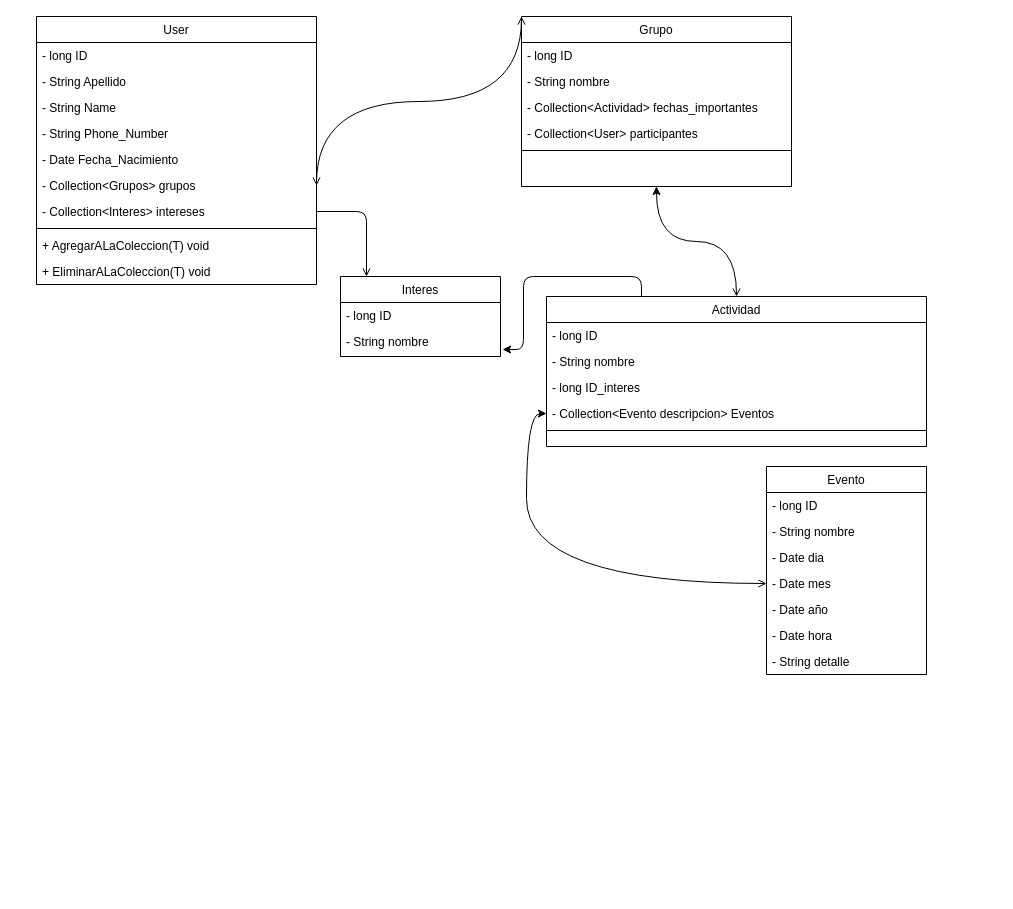
montvlein/BringNodiBackToLife keeps this draw.io diagram as src/main/resources/static/docs/nodi_class.drawio. Above is the earlier version. Source tidied: cells renumbered, new cells numbered last; positions are measured from the earlier drawing's top-left corner, leaving out a move shared by most shapes. Both pictures are drawn from the tidied source at 100%, with x=0, y=0 at pixel (36, 16).
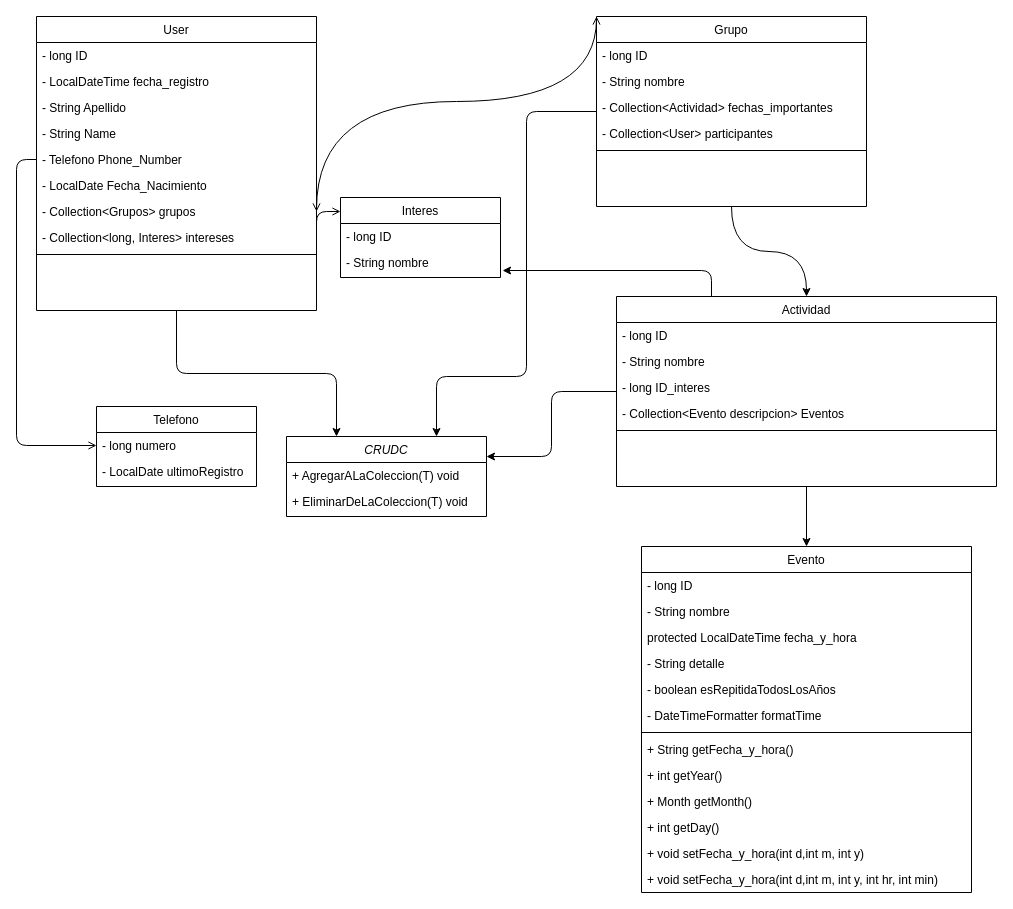
The same page after the edit.

Commit message (it also covers changes not shown here):
update class draw

Unchanged cells that the change refers to:
```xml
<mxCell id="18" value="- Collection&lt;Evento descripcion&gt; Eventos" style="text;align=left;verticalAlign=top;spacingLeft=4;spacingRight=4;overflow=hidden;points=[[0,0.5],[1,0.5]];portConstraint=eastwest;" parent="14" vertex="1">
  <mxGeometry y="104" width="380" height="26" as="geometry" />
</mxCell>
```

Change to the diagram source:
```diff
@@
+    <mxCell id="41" style="edgeStyle=orthogonalEdgeStyle;rounded=1;jettySize=auto;html=1;entryX=0.25;entryY=0;entryDx=0;entryDy=0;startArrow=none;startFill=0;" parent="1" edge="1" source="2" target="56">
+      <mxGeometry relative="1" as="geometry" />
+    </mxCell>
     <mxCell id="2" value="User" style="swimlane;fontStyle=0;align=center;verticalAlign=top;horizontal=1;startSize=26;rounded=0;shadow=0;strokeWidth=1;" parent="1" vertex="1">
-      <mxGeometry width="280" height="268" as="geometry" />
+      <mxGeometry width="280" height="294" as="geometry" />
     </mxCell>
@@
+    <mxCell id="42" value="- LocalDateTime fecha_registro" style="text;align=left;verticalAlign=top;spacingLeft=4;spacingRight=4;overflow=hidden;" parent="2" vertex="1">
+      <mxGeometry y="52" width="280" height="26" as="geometry" />
+    </mxCell>
     <mxCell id="4" value="- String Apellido" style="text;align=left;verticalAlign=top;spacingLeft=4;spacingRight=4;overflow=hidden;" parent="2" vertex="1">
-      <mxGeometry y="52" width="280" height="26" as="geometry" />
+      <mxGeometry y="78" width="280" height="26" as="geometry" />
     </mxCell>
     <mxCell id="5" value="- String Name" style="text;align=left;verticalAlign=top;spacingLeft=4;spacingRight=4;overflow=hidden;" parent="2" vertex="1">
-      <mxGeometry y="78" width="280" height="26" as="geometry" />
+      <mxGeometry y="104" width="280" height="26" as="geometry" />
     </mxCell>
-    <mxCell id="6" value="- String Phone_Number" style="text;align=left;verticalAlign=top;spacingLeft=4;spacingRight=4;overflow=hidden;points=[[0,0.5],[1,0.5]];portConstraint=eastwest;rounded=0;shadow=0;html=0;" parent="2" vertex="1">
-      <mxGeometry y="104" width="280" height="26" as="geometry" />
+    <mxCell id="6" value="- Telefono Phone_Number" style="text;align=left;verticalAlign=top;spacingLeft=4;spacingRight=4;overflow=hidden;points=[[0,0.5],[1,0.5]];portConstraint=eastwest;rounded=0;shadow=0;html=0;" parent="2" vertex="1">
+      <mxGeometry y="130" width="280" height="26" as="geometry" />
     </mxCell>
-    <mxCell id="7" value="- Date Fecha_Nacimiento" style="text;align=left;verticalAlign=top;spacingLeft=4;spacingRight=4;overflow=hidden;rounded=0;shadow=0;html=0;" parent="2" vertex="1">
-      <mxGeometry y="130" width="280" height="26" as="geometry" />
+    <mxCell id="7" value="- LocalDate Fecha_Nacimiento" style="text;align=left;verticalAlign=top;spacingLeft=4;spacingRight=4;overflow=hidden;rounded=0;shadow=0;html=0;" parent="2" vertex="1">
+      <mxGeometry y="156" width="280" height="26" as="geometry" />
     </mxCell>
     <mxCell id="8" value="- Collection&lt;Grupos&gt; grupos" style="text;align=left;verticalAlign=top;spacingLeft=4;spacingRight=4;overflow=hidden;points=[[0,0.5],[1,0.5]];portConstraint=eastwest;rounded=0;shadow=0;html=0;" parent="2" vertex="1">
-      <mxGeometry y="156" width="280" height="26" as="geometry" />
+      <mxGeometry y="182" width="280" height="26" as="geometry" />
     </mxCell>
-    <mxCell id="9" value="- Collection&lt;Interes&gt; intereses" style="text;align=left;verticalAlign=top;spacingLeft=4;spacingRight=4;overflow=hidden;points=[[0,0.5],[1,0.5]];portConstraint=eastwest;rounded=0;shadow=0;html=0;" parent="2" vertex="1">
-      <mxGeometry y="182" width="280" height="26" as="geometry" />
+    <mxCell id="9" value="- Collection&lt;long, Interes&gt; intereses" style="text;align=left;verticalAlign=top;spacingLeft=4;spacingRight=4;overflow=hidden;points=[[0,0.5],[1,0.5]];portConstraint=eastwest;rounded=0;shadow=0;html=0;" parent="2" vertex="1">
+      <mxGeometry y="208" width="280" height="26" as="geometry" />
     </mxCell>
     <mxCell id="10" style="line;html=1;strokeWidth=1;align=left;verticalAlign=middle;spacingTop=-1;spacingLeft=3;spacingRight=3;labelPosition=right;" parent="2" vertex="1">
-      <mxGeometry y="208" width="280" height="8" as="geometry" />
+      <mxGeometry y="234" width="280" height="8" as="geometry" />
     </mxCell>
-    <mxCell id="11" value="+ AgregarALaColeccion(T) void" style="text;align=left;verticalAlign=top;spacingLeft=4;spacingRight=4;overflow=hidden;" parent="2" vertex="1">
-      <mxGeometry y="216" width="280" height="26" as="geometry" />
-    </mxCell>
-    <mxCell id="12" value="+ EliminarALaColeccion(T) void" style="text;align=left;verticalAlign=top;spacingLeft=4;spacingRight=4;overflow=hidden;" parent="2" vertex="1">
-      <mxGeometry y="242" width="280" height="26" as="geometry" />
-    </mxCell>
-    <mxCell id="13" style="edgeStyle=orthogonalEdgeStyle;curved=1;jettySize=auto;html=1;startArrow=open;startFill=0;entryX=0.5;entryY=1;entryDx=0;entryDy=0;" parent="1" edge="1" source="14" target="24">
+    <mxCell id="13" style="edgeStyle=orthogonalEdgeStyle;curved=1;jettySize=auto;html=1;startArrow=classic;startFill=1;entryX=0.5;entryY=1;entryDx=0;entryDy=0;endArrow=none;endFill=0;" parent="1" edge="1" source="14" target="24">
       <mxGeometry relative="1" as="geometry" />
     </mxCell>
+    <mxCell id="43" style="edgeStyle=orthogonalEdgeStyle;rounded=1;jettySize=auto;html=1;startArrow=none;startFill=0;entryX=1;entryY=0.25;entryDx=0;entryDy=0;" parent="1" edge="1" source="14" target="56">
+      <mxGeometry relative="1" as="geometry" />
+    </mxCell>
     <mxCell id="14" value="Actividad" style="swimlane;fontStyle=0;align=center;verticalAlign=top;horizontal=1;startSize=26;rounded=0;shadow=0;strokeWidth=1;" parent="1" vertex="1">
-      <mxGeometry x="510" y="280" width="380" height="150" as="geometry" />
+      <mxGeometry x="580" y="280" width="380" height="190" as="geometry" />
     </mxCell>
@@
     <mxCell id="20" value="Interes" style="swimlane;fontStyle=0;align=center;verticalAlign=top;horizontal=1;startSize=26;rounded=0;shadow=0;strokeWidth=1;" parent="1" vertex="1">
-      <mxGeometry x="304" y="260" width="160" height="80" as="geometry" />
+      <mxGeometry x="304" y="181" width="160" height="80" as="geometry" />
     </mxCell>
@@
+    <mxCell id="44" style="edgeStyle=orthogonalEdgeStyle;rounded=1;jettySize=auto;html=1;entryX=0.75;entryY=0;entryDx=0;entryDy=0;startArrow=none;startFill=0;" parent="1" edge="1" source="24" target="56">
+      <mxGeometry relative="1" as="geometry">
+        <Array as="points">
+          <mxPoint x="490" y="95" />
+          <mxPoint x="490" y="360" />
+          <mxPoint x="400" y="360" />
+        </Array>
+      </mxGeometry>
+    </mxCell>
     <mxCell id="24" value="Grupo" style="swimlane;fontStyle=0;align=center;verticalAlign=top;horizontal=1;startSize=26;rounded=0;shadow=0;strokeWidth=1;" parent="1" vertex="1">
-      <mxGeometry x="485" width="270" height="170" as="geometry" />
+      <mxGeometry x="560" width="270" height="190" as="geometry" />
     </mxCell>
@@
+    <mxCell id="45" style="edgeStyle=orthogonalEdgeStyle;rounded=1;jettySize=auto;html=1;entryX=0.5;entryY=1;entryDx=0;entryDy=0;startArrow=classic;startFill=1;endArrow=none;endFill=0;" parent="1" edge="1" source="32" target="14">
+      <mxGeometry relative="1" as="geometry" />
+    </mxCell>
     <mxCell id="32" value="Evento" style="swimlane;fontStyle=0;align=center;verticalAlign=top;horizontal=1;startSize=26;rounded=0;shadow=0;strokeWidth=1;" parent="1" vertex="1">
-      <mxGeometry x="730" y="450" width="160" height="208" as="geometry" />
+      <mxGeometry x="605" y="530" width="330" height="346" as="geometry" />
     </mxCell>
     <mxCell id="33" value="- long ID" style="text;align=left;verticalAlign=top;spacingLeft=4;spacingRight=4;overflow=hidden;" parent="32" vertex="1">
-      <mxGeometry y="26" width="160" height="26" as="geometry" />
+      <mxGeometry y="26" width="330" height="26" as="geometry" />
     </mxCell>
     <mxCell id="34" value="- String nombre" style="text;align=left;verticalAlign=top;spacingLeft=4;spacingRight=4;overflow=hidden;rounded=0;shadow=0;html=0;" parent="32" vertex="1">
-      <mxGeometry y="52" width="160" height="26" as="geometry" />
+      <mxGeometry y="52" width="330" height="26" as="geometry" />
     </mxCell>
-    <mxCell id="35" value="- Date dia" style="text;align=left;verticalAlign=top;spacingLeft=4;spacingRight=4;overflow=hidden;rounded=0;shadow=0;html=0;" parent="32" vertex="1">
-      <mxGeometry y="78" width="160" height="26" as="geometry" />
+    <mxCell id="35" value="protected LocalDateTime fecha_y_hora" style="text;align=left;verticalAlign=top;spacingLeft=4;spacingRight=4;overflow=hidden;rounded=0;shadow=0;html=0;" parent="32" vertex="1">
+      <mxGeometry y="78" width="330" height="26" as="geometry" />
     </mxCell>
+    <mxCell id="39" value="- String detalle" style="text;align=left;verticalAlign=top;spacingLeft=4;spacingRight=4;overflow=hidden;rounded=0;shadow=0;html=0;" parent="32" vertex="1">
+      <mxGeometry y="104" width="330" height="26" as="geometry" />
+    </mxCell>
+    <mxCell id="37" value="- boolean esRepitidaTodosLosAños" style="text;align=left;verticalAlign=top;spacingLeft=4;spacingRight=4;overflow=hidden;rounded=0;shadow=0;html=0;" parent="32" vertex="1">
+      <mxGeometry y="130" width="330" height="26" as="geometry" />
+    </mxCell>
+    <mxCell id="46" value="- DateTimeFormatter formatTime" style="text;align=left;verticalAlign=top;spacingLeft=4;spacingRight=4;overflow=hidden;rounded=0;shadow=0;html=0;" parent="32" vertex="1">
+      <mxGeometry y="156" width="330" height="26" as="geometry" />
+    </mxCell>
+    <mxCell id="47" style="line;html=1;strokeWidth=1;align=left;verticalAlign=middle;spacingTop=-1;spacingLeft=3;spacingRight=3;labelPosition=right;" parent="32" vertex="1">
+      <mxGeometry y="182" width="330" height="8" as="geometry" />
+    </mxCell>
-    <mxCell id="36" value="- Date mes" style="text;align=left;verticalAlign=top;spacingLeft=4;spacingRight=4;overflow=hidden;points=[[0,0.5],[1,0.5]];portConstraint=eastwest;rounded=0;shadow=0;html=0;" parent="32" vertex="1">
-      <mxGeometry y="104" width="160" height="26" as="geometry" />
+    <mxCell id="36" value="+ String getFecha_y_hora()" style="text;align=left;verticalAlign=top;spacingLeft=4;spacingRight=4;overflow=hidden;points=[[0,0.5],[1,0.5]];portConstraint=eastwest;rounded=0;shadow=0;html=0;" parent="32" vertex="1">
+      <mxGeometry y="190" width="330" height="26" as="geometry" />
     </mxCell>
-    <mxCell id="37" value="- Date año" style="text;align=left;verticalAlign=top;spacingLeft=4;spacingRight=4;overflow=hidden;rounded=0;shadow=0;html=0;" parent="32" vertex="1">
-      <mxGeometry y="130" width="160" height="26" as="geometry" />
-    </mxCell>
-    <mxCell id="38" value="- Date hora" style="text;align=left;verticalAlign=top;spacingLeft=4;spacingRight=4;overflow=hidden;rounded=0;shadow=0;html=0;" parent="32" vertex="1">
-      <mxGeometry y="156" width="160" height="26" as="geometry" />
+    <mxCell id="38" value="+ int getYear()" style="text;align=left;verticalAlign=top;spacingLeft=4;spacingRight=4;overflow=hidden;rounded=0;shadow=0;html=0;" parent="32" vertex="1">
+      <mxGeometry y="216" width="330" height="26" as="geometry" />
     </mxCell>
-    <mxCell id="39" value="- String detalle" style="text;align=left;verticalAlign=top;spacingLeft=4;spacingRight=4;overflow=hidden;rounded=0;shadow=0;html=0;" parent="32" vertex="1">
-      <mxGeometry y="182" width="160" height="26" as="geometry" />
-    </mxCell>
-    <mxCell id="40" style="edgeStyle=orthogonalEdgeStyle;curved=1;jettySize=auto;html=1;entryX=0;entryY=0.5;entryDx=0;entryDy=0;startArrow=open;startFill=0;" parent="1" edge="1" source="36" target="18">
-      <mxGeometry relative="1" as="geometry" />
-    </mxCell>
+    <mxCell id="48" value="+ Month getMonth()" style="text;align=left;verticalAlign=top;spacingLeft=4;spacingRight=4;overflow=hidden;rounded=0;shadow=0;html=0;" parent="32" vertex="1">
+      <mxGeometry y="242" width="330" height="26" as="geometry" />
+    </mxCell>
+    <mxCell id="49" value="+ int getDay()" style="text;align=left;verticalAlign=top;spacingLeft=4;spacingRight=4;overflow=hidden;rounded=0;shadow=0;html=0;" parent="32" vertex="1">
+      <mxGeometry y="268" width="330" height="26" as="geometry" />
+    </mxCell>
+    <mxCell id="50" value="+ void setFecha_y_hora(int d,int m, int y)" style="text;align=left;verticalAlign=top;spacingLeft=4;spacingRight=4;overflow=hidden;rounded=0;shadow=0;html=0;" parent="32" vertex="1">
+      <mxGeometry y="294" width="330" height="26" as="geometry" />
+    </mxCell>
+    <mxCell id="51" value="+ void setFecha_y_hora(int d,int m, int y, int hr, int min)" style="text;align=left;verticalAlign=top;spacingLeft=4;spacingRight=4;overflow=hidden;rounded=0;shadow=0;html=0;" parent="32" vertex="1">
+      <mxGeometry y="320" width="330" height="26" as="geometry" />
+    </mxCell>
+    <mxCell id="52" value="Telefono" style="swimlane;fontStyle=0;align=center;verticalAlign=top;horizontal=1;startSize=26;rounded=0;shadow=0;strokeWidth=1;" parent="1" vertex="1">
+      <mxGeometry x="60" y="390" width="160" height="80" as="geometry" />
+    </mxCell>
+    <mxCell id="53" value="- long numero" style="text;align=left;verticalAlign=top;spacingLeft=4;spacingRight=4;overflow=hidden;points=[[0,0.5],[1,0.5]];portConstraint=eastwest;" parent="52" vertex="1">
+      <mxGeometry y="26" width="160" height="26" as="geometry" />
+    </mxCell>
+    <mxCell id="54" value="- LocalDate ultimoRegistro" style="text;align=left;verticalAlign=top;spacingLeft=4;spacingRight=4;overflow=hidden;rounded=0;shadow=0;html=0;" parent="52" vertex="1">
+      <mxGeometry y="52" width="160" height="26" as="geometry" />
+    </mxCell>
+    <mxCell id="55" style="edgeStyle=orthogonalEdgeStyle;rounded=1;jettySize=auto;html=1;entryX=0;entryY=0.5;entryDx=0;entryDy=0;startArrow=open;startFill=0;endArrow=none;endFill=0;" parent="1" edge="1" source="53" target="6">
+      <mxGeometry relative="1" as="geometry" />
+    </mxCell>
+    <mxCell id="56" value="CRUDC" style="swimlane;fontStyle=2;align=center;verticalAlign=top;horizontal=1;startSize=26;rounded=0;shadow=0;strokeWidth=1;" parent="1" vertex="1">
+      <mxGeometry x="250" y="420" width="200" height="80" as="geometry" />
+    </mxCell>
+    <mxCell id="11" value="+ AgregarALaColeccion(T) void" style="text;align=left;verticalAlign=top;spacingLeft=4;spacingRight=4;overflow=hidden;" parent="56" vertex="1">
+      <mxGeometry y="26" width="200" height="26" as="geometry" />
+    </mxCell>
+    <mxCell id="12" value="+ EliminarDeLaColeccion(T) void" style="text;align=left;verticalAlign=top;spacingLeft=4;spacingRight=4;overflow=hidden;" parent="56" vertex="1">
+      <mxGeometry y="52" width="200" height="26" as="geometry" />
+    </mxCell>
```
